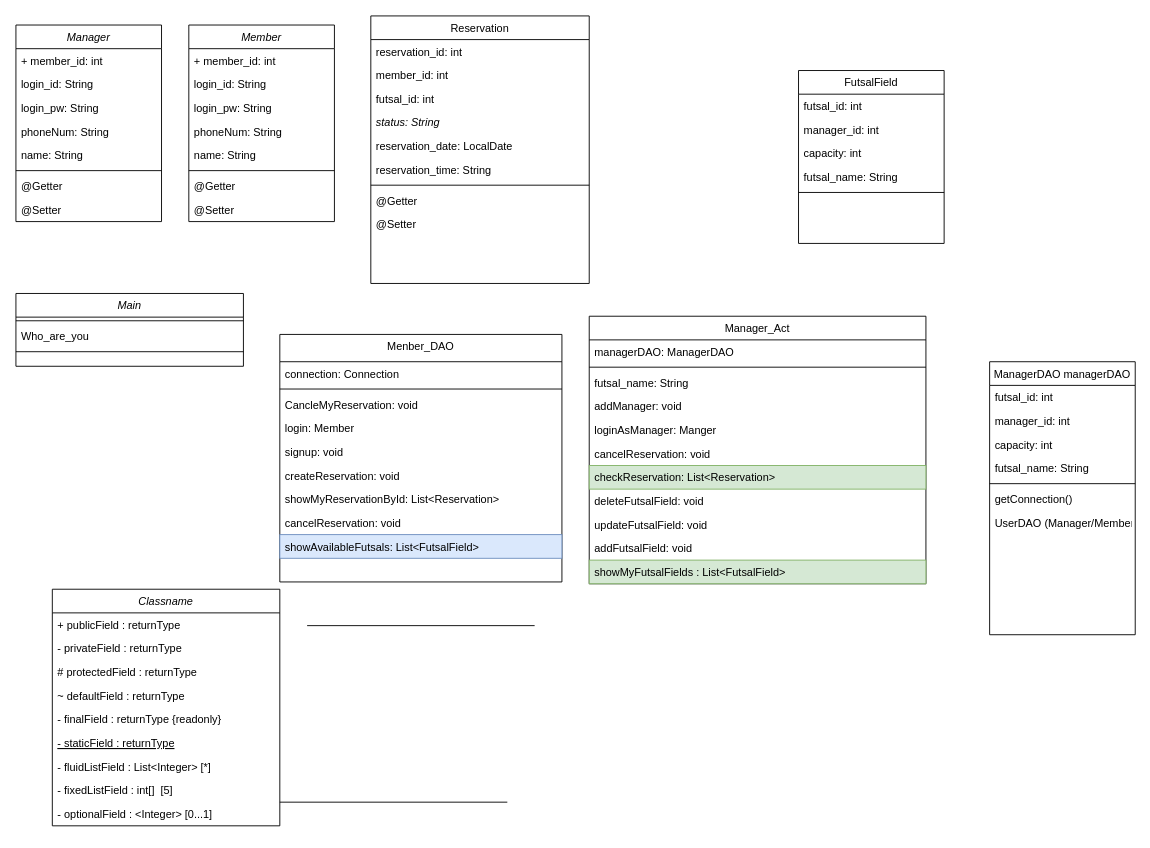
The draw.io diagram 풋살장 예약 시스템.drawio in mimimya/UMLs, before the edit. Source tidied: cells renumbered, new cells numbered last; positions are measured from the earlier drawing's top-left corner, leaving out a move shared by most shapes. Both pictures are drawn from the tidied source at 91%, with x=0, y=0 at pixel (15, 15).
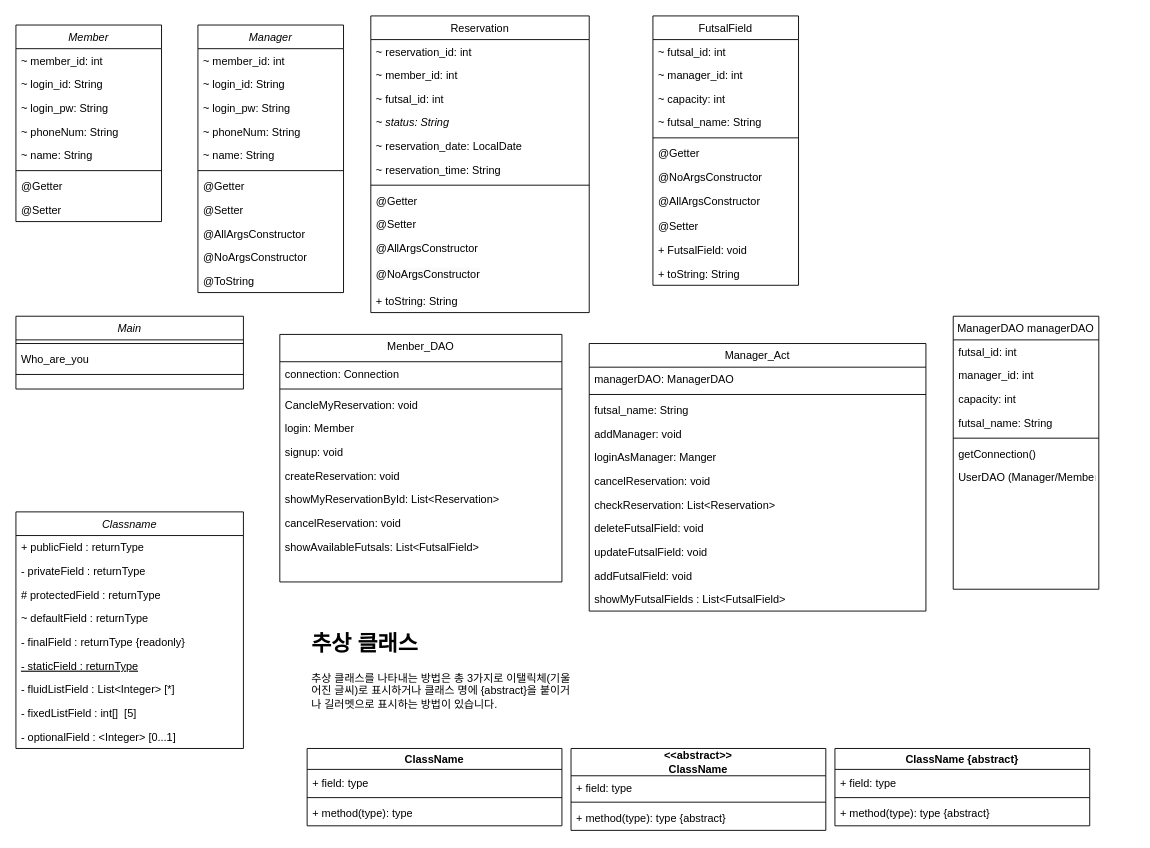
After the change.

Commit message:
풋살장 예약 시스템.drawio 업데이트

Unchanged cells that the change refers to:
```xml
<mxCell id="60" value="Menber_DAO" style="swimlane;fontStyle=0;align=center;verticalAlign=top;horizontal=1;startSize=30;rounded=0;shadow=0;strokeWidth=1;" parent="1" vertex="1">
  <mxGeometry x="290" y="350" width="310" height="272" as="geometry" />
</mxCell>
```

Change to the diagram source:
```diff
@@
     <mxCell id="2" value="Member" style="swimlane;fontStyle=2;align=center;verticalAlign=top;horizontal=1;startSize=26;rounded=0;shadow=0;strokeWidth=1;" parent="1" vertex="1">
-      <mxGeometry x="190" y="10" width="160" height="216" as="geometry" />
+      <mxGeometry y="10" width="160" height="216" as="geometry" />
     </mxCell>
-    <mxCell id="3" value="+ member_id: int" style="text;align=left;verticalAlign=top;spacingLeft=4;spacingRight=4;overflow=hidden;" parent="2" vertex="1">
+    <mxCell id="3" value="~ member_id: int" style="text;align=left;verticalAlign=top;spacingLeft=4;spacingRight=4;overflow=hidden;" parent="2" vertex="1">
       <mxGeometry y="26" width="160" height="26" as="geometry" />
     </mxCell>
-    <mxCell id="4" value="login_id: String" style="text;align=left;verticalAlign=top;spacingLeft=4;spacingRight=4;overflow=hidden;rounded=0;shadow=0;html=0;" parent="2" vertex="1">
+    <mxCell id="4" value="~ login_id: String" style="text;align=left;verticalAlign=top;spacingLeft=4;spacingRight=4;overflow=hidden;rounded=0;shadow=0;html=0;" parent="2" vertex="1">
       <mxGeometry y="52" width="160" height="26" as="geometry" />
     </mxCell>
-    <mxCell id="5" value="login_pw: String" style="text;align=left;verticalAlign=top;spacingLeft=4;spacingRight=4;overflow=hidden;rounded=0;shadow=0;html=0;" parent="2" vertex="1">
+    <mxCell id="5" value="~ login_pw: String" style="text;align=left;verticalAlign=top;spacingLeft=4;spacingRight=4;overflow=hidden;rounded=0;shadow=0;html=0;" parent="2" vertex="1">
       <mxGeometry y="78" width="160" height="26" as="geometry" />
     </mxCell>
-    <mxCell id="6" value="phoneNum: String" style="text;align=left;verticalAlign=top;spacingLeft=4;spacingRight=4;overflow=hidden;rounded=0;shadow=0;html=0;" parent="2" vertex="1">
+    <mxCell id="6" value="~ phoneNum: String" style="text;align=left;verticalAlign=top;spacingLeft=4;spacingRight=4;overflow=hidden;rounded=0;shadow=0;html=0;" parent="2" vertex="1">
       <mxGeometry y="104" width="160" height="26" as="geometry" />
     </mxCell>
-    <mxCell id="7" value="name: String" style="text;align=left;verticalAlign=top;spacingLeft=4;spacingRight=4;overflow=hidden;rounded=0;shadow=0;html=0;" parent="2" vertex="1">
+    <mxCell id="7" value="~ name: String" style="text;align=left;verticalAlign=top;spacingLeft=4;spacingRight=4;overflow=hidden;rounded=0;shadow=0;html=0;" parent="2" vertex="1">
       <mxGeometry y="130" width="160" height="26" as="geometry" />
     </mxCell>
@@
     <mxCell id="11" value="FutsalField" style="swimlane;fontStyle=0;align=center;verticalAlign=top;horizontal=1;startSize=26;rounded=0;shadow=0;strokeWidth=1;" parent="1" vertex="1">
-      <mxGeometry x="860" y="60" width="160" height="190" as="geometry" />
+      <mxGeometry x="700" width="160" height="296" as="geometry" />
     </mxCell>
-    <mxCell id="12" value="futsal_id: int" style="text;align=left;verticalAlign=top;spacingLeft=4;spacingRight=4;overflow=hidden;" parent="11" vertex="1">
+    <mxCell id="12" value="~ futsal_id: int" style="text;align=left;verticalAlign=top;spacingLeft=4;spacingRight=4;overflow=hidden;" parent="11" vertex="1">
       <mxGeometry y="26" width="160" height="26" as="geometry" />
     </mxCell>
-    <mxCell id="13" value="manager_id: int" style="text;align=left;verticalAlign=top;spacingLeft=4;spacingRight=4;overflow=hidden;" parent="11" vertex="1">
+    <mxCell id="13" value="~ manager_id: int" style="text;align=left;verticalAlign=top;spacingLeft=4;spacingRight=4;overflow=hidden;" parent="11" vertex="1">
       <mxGeometry y="52" width="160" height="26" as="geometry" />
     </mxCell>
-    <mxCell id="14" value="capacity: int" style="text;align=left;verticalAlign=top;spacingLeft=4;spacingRight=4;overflow=hidden;" parent="11" vertex="1">
+    <mxCell id="14" value="~ capacity: int" style="text;align=left;verticalAlign=top;spacingLeft=4;spacingRight=4;overflow=hidden;" parent="11" vertex="1">
       <mxGeometry y="78" width="160" height="26" as="geometry" />
     </mxCell>
-    <mxCell id="15" value="futsal_name: String" style="text;align=left;verticalAlign=top;spacingLeft=4;spacingRight=4;overflow=hidden;" parent="11" vertex="1">
+    <mxCell id="15" value="~ futsal_name: String" style="text;align=left;verticalAlign=top;spacingLeft=4;spacingRight=4;overflow=hidden;" parent="11" vertex="1">
       <mxGeometry y="104" width="160" height="26" as="geometry" />
     </mxCell>
@@
+    <mxCell id="82" value="@Getter" style="text;align=left;verticalAlign=top;spacingLeft=4;spacingRight=4;overflow=hidden;" parent="11" vertex="1">
+      <mxGeometry y="138" width="160" height="26" as="geometry" />
+    </mxCell>
+    <mxCell id="83" value="&lt;span style=&quot;color: rgb(0, 0, 0); font-family: Helvetica; font-size: 12px; font-style: normal; font-variant-ligatures: normal; font-variant-caps: normal; font-weight: 400; letter-spacing: normal; orphans: 2; text-align: left; text-indent: 0px; text-transform: none; widows: 2; word-spacing: 0px; -webkit-text-stroke-width: 0px; background-color: rgb(251, 251, 251); text-decoration-thickness: initial; text-decoration-style: initial; text-decoration-color: initial; float: none; display: inline !important;&quot;&gt;@NoArgsConstructor&lt;/span&gt;" style="text;whiteSpace=wrap;html=1;spacingLeft=4;spacingRight=4;" parent="11" vertex="1">
+      <mxGeometry y="164" width="160" height="26" as="geometry" />
+    </mxCell>
+    <mxCell id="84" value="@AllArgsConstructor" style="text;whiteSpace=wrap;spacingLeft=4;spacingRight=4;" parent="11" vertex="1">
+      <mxGeometry y="190" width="160" height="28" as="geometry" />
+    </mxCell>
+    <mxCell id="85" value="@Setter" style="text;align=left;verticalAlign=top;spacingLeft=4;spacingRight=4;overflow=hidden;" parent="11" vertex="1">
+      <mxGeometry y="218" width="160" height="26" as="geometry" />
+    </mxCell>
+    <mxCell id="86" value="+ FutsalField: void" style="text;align=left;verticalAlign=top;spacingLeft=4;spacingRight=4;overflow=hidden;" parent="11" vertex="1">
+      <mxGeometry y="244" width="160" height="26" as="geometry" />
+    </mxCell>
+    <mxCell id="87" value="+ toString: String" style="text;align=left;verticalAlign=top;spacingLeft=4;spacingRight=4;overflow=hidden;" parent="11" vertex="1">
+      <mxGeometry y="270" width="160" height="26" as="geometry" />
+    </mxCell>
     <mxCell id="17" value="Reservation" style="swimlane;fontStyle=0;align=center;verticalAlign=top;horizontal=1;startSize=26;rounded=0;shadow=0;strokeWidth=1;" parent="1" vertex="1">
-      <mxGeometry x="390" width="240" height="294" as="geometry" />
+      <mxGeometry x="390" width="240" height="326" as="geometry" />
     </mxCell>
-    <mxCell id="18" value="reservation_id: int" style="text;align=left;verticalAlign=top;spacingLeft=4;spacingRight=4;overflow=hidden;" parent="17" vertex="1">
+    <mxCell id="18" value="~ reservation_id: int" style="text;align=left;verticalAlign=top;spacingLeft=4;spacingRight=4;overflow=hidden;" parent="17" vertex="1">
       <mxGeometry y="26" width="240" height="26" as="geometry" />
     </mxCell>
-    <mxCell id="19" value="member_id: int" style="text;align=left;verticalAlign=top;spacingLeft=4;spacingRight=4;overflow=hidden;rounded=0;shadow=0;html=0;" parent="17" vertex="1">
+    <mxCell id="19" value="~ member_id: int" style="text;align=left;verticalAlign=top;spacingLeft=4;spacingRight=4;overflow=hidden;rounded=0;shadow=0;html=0;" parent="17" vertex="1">
       <mxGeometry y="52" width="240" height="26" as="geometry" />
     </mxCell>
-    <mxCell id="20" value="futsal_id: int" style="text;align=left;verticalAlign=top;spacingLeft=4;spacingRight=4;overflow=hidden;rounded=0;shadow=0;html=0;" parent="17" vertex="1">
+    <mxCell id="20" value="~ futsal_id: int" style="text;align=left;verticalAlign=top;spacingLeft=4;spacingRight=4;overflow=hidden;rounded=0;shadow=0;html=0;" parent="17" vertex="1">
       <mxGeometry y="78" width="240" height="26" as="geometry" />
     </mxCell>
-    <mxCell id="21" value="status: String " style="text;align=left;verticalAlign=top;spacingLeft=4;spacingRight=4;overflow=hidden;rounded=0;shadow=0;html=0;fontStyle=2;" parent="17" vertex="1">
+    <mxCell id="21" value="~ status: String " style="text;align=left;verticalAlign=top;spacingLeft=4;spacingRight=4;overflow=hidden;rounded=0;shadow=0;html=0;fontStyle=2;" parent="17" vertex="1">
       <mxGeometry y="104" width="240" height="26" as="geometry" />
     </mxCell>
-    <mxCell id="22" value="reservation_date: LocalDate" style="text;align=left;verticalAlign=top;spacingLeft=4;spacingRight=4;overflow=hidden;rounded=0;shadow=0;html=0;" parent="17" vertex="1">
+    <mxCell id="22" value="~ reservation_date: LocalDate" style="text;align=left;verticalAlign=top;spacingLeft=4;spacingRight=4;overflow=hidden;rounded=0;shadow=0;html=0;" parent="17" vertex="1">
       <mxGeometry y="130" width="240" height="26" as="geometry" />
     </mxCell>
-    <mxCell id="23" value="reservation_time: String" style="text;align=left;verticalAlign=top;spacingLeft=4;spacingRight=4;overflow=hidden;rounded=0;shadow=0;html=0;" parent="17" vertex="1">
+    <mxCell id="23" value="~ reservation_time: String" style="text;align=left;verticalAlign=top;spacingLeft=4;spacingRight=4;overflow=hidden;rounded=0;shadow=0;html=0;" parent="17" vertex="1">
       <mxGeometry y="156" width="240" height="26" as="geometry" />
     </mxCell>
@@
+    <mxCell id="88" value="@AllArgsConstructor" style="text;whiteSpace=wrap;spacingLeft=4;spacingRight=4;" parent="17" vertex="1">
+      <mxGeometry y="242" width="240" height="28" as="geometry" />
+    </mxCell>
+    <mxCell id="89" value="&lt;span style=&quot;color: rgb(0, 0, 0); font-family: Helvetica; font-size: 12px; font-style: normal; font-variant-ligatures: normal; font-variant-caps: normal; font-weight: 400; letter-spacing: normal; orphans: 2; text-align: left; text-indent: 0px; text-transform: none; widows: 2; word-spacing: 0px; -webkit-text-stroke-width: 0px; background-color: rgb(251, 251, 251); text-decoration-thickness: initial; text-decoration-style: initial; text-decoration-color: initial; float: none; display: inline !important;&quot;&gt;@NoArgsConstructor&lt;/span&gt;" style="text;whiteSpace=wrap;html=1;spacingLeft=4;spacingRight=4;" parent="17" vertex="1">
+      <mxGeometry y="270" width="240" height="30" as="geometry" />
+    </mxCell>
+    <mxCell id="90" value="+ toString: String" style="text;align=left;verticalAlign=top;spacingLeft=4;spacingRight=4;overflow=hidden;" parent="17" vertex="1">
+      <mxGeometry y="300" width="240" height="26" as="geometry" />
+    </mxCell>
     <mxCell id="27" value="Manager" style="swimlane;fontStyle=2;align=center;verticalAlign=top;horizontal=1;startSize=26;rounded=0;shadow=0;strokeWidth=1;" parent="1" vertex="1">
-      <mxGeometry y="10" width="160" height="216" as="geometry" />
+      <mxGeometry x="200" y="10" width="160" height="294" as="geometry" />
     </mxCell>
-    <mxCell id="28" value="+ member_id: int" style="text;align=left;verticalAlign=top;spacingLeft=4;spacingRight=4;overflow=hidden;" parent="27" vertex="1">
+    <mxCell id="28" value="~ member_id: int" style="text;align=left;verticalAlign=top;spacingLeft=4;spacingRight=4;overflow=hidden;" parent="27" vertex="1">
       <mxGeometry y="26" width="160" height="26" as="geometry" />
     </mxCell>
-    <mxCell id="29" value="login_id: String" style="text;align=left;verticalAlign=top;spacingLeft=4;spacingRight=4;overflow=hidden;rounded=0;shadow=0;html=0;" parent="27" vertex="1">
+    <mxCell id="29" value="~ login_id: String" style="text;align=left;verticalAlign=top;spacingLeft=4;spacingRight=4;overflow=hidden;rounded=0;shadow=0;html=0;" parent="27" vertex="1">
       <mxGeometry y="52" width="160" height="26" as="geometry" />
     </mxCell>
-    <mxCell id="30" value="login_pw: String" style="text;align=left;verticalAlign=top;spacingLeft=4;spacingRight=4;overflow=hidden;rounded=0;shadow=0;html=0;" parent="27" vertex="1">
+    <mxCell id="30" value="~ login_pw: String" style="text;align=left;verticalAlign=top;spacingLeft=4;spacingRight=4;overflow=hidden;rounded=0;shadow=0;html=0;" parent="27" vertex="1">
       <mxGeometry y="78" width="160" height="26" as="geometry" />
     </mxCell>
-    <mxCell id="31" value="phoneNum: String" style="text;align=left;verticalAlign=top;spacingLeft=4;spacingRight=4;overflow=hidden;rounded=0;shadow=0;html=0;" parent="27" vertex="1">
+    <mxCell id="31" value="~ phoneNum: String" style="text;align=left;verticalAlign=top;spacingLeft=4;spacingRight=4;overflow=hidden;rounded=0;shadow=0;html=0;" parent="27" vertex="1">
       <mxGeometry y="104" width="160" height="26" as="geometry" />
     </mxCell>
-    <mxCell id="32" value="name: String" style="text;align=left;verticalAlign=top;spacingLeft=4;spacingRight=4;overflow=hidden;rounded=0;shadow=0;html=0;" parent="27" vertex="1">
+    <mxCell id="32" value="~ name: String" style="text;align=left;verticalAlign=top;spacingLeft=4;spacingRight=4;overflow=hidden;rounded=0;shadow=0;html=0;" parent="27" vertex="1">
       <mxGeometry y="130" width="160" height="26" as="geometry" />
     </mxCell>
@@
+    <mxCell id="91" value="@AllArgsConstructor" style="text;align=left;verticalAlign=top;spacingLeft=4;spacingRight=4;overflow=hidden;" parent="27" vertex="1">
+      <mxGeometry y="216" width="160" height="26" as="geometry" />
+    </mxCell>
+    <mxCell id="92" value="@NoArgsConstructor" style="text;align=left;verticalAlign=top;spacingLeft=4;spacingRight=4;overflow=hidden;" parent="27" vertex="1">
+      <mxGeometry y="242" width="160" height="26" as="geometry" />
+    </mxCell>
+    <mxCell id="93" value="@ToString" style="text;align=left;verticalAlign=top;spacingLeft=4;spacingRight=4;overflow=hidden;" parent="27" vertex="1">
+      <mxGeometry y="268" width="160" height="26" as="geometry" />
+    </mxCell>
     <mxCell id="36" value="Main" style="swimlane;fontStyle=2;align=center;verticalAlign=top;horizontal=1;startSize=26;rounded=0;shadow=0;strokeWidth=1;" parent="1" vertex="1">
-      <mxGeometry y="305" width="250" height="80" as="geometry" />
+      <mxGeometry y="330" width="250" height="80" as="geometry" />
     </mxCell>
@@
     <mxCell id="40" value="ManagerDAO managerDAO" style="swimlane;fontStyle=0;align=center;verticalAlign=top;horizontal=1;startSize=26;rounded=0;shadow=0;strokeWidth=1;" parent="1" vertex="1">
-      <mxGeometry x="1070" y="380" width="160" height="300" as="geometry" />
+      <mxGeometry x="1030" y="330" width="160" height="300" as="geometry" />
     </mxCell>
@@
     <mxCell id="48" value="Manager_Act" style="swimlane;fontStyle=0;align=center;verticalAlign=top;horizontal=1;startSize=26;rounded=0;shadow=0;strokeWidth=1;" parent="1" vertex="1">
-      <mxGeometry x="630" y="330" width="370" height="294" as="geometry" />
+      <mxGeometry x="630" y="360" width="370" height="294" as="geometry" />
     </mxCell>
@@
-    <mxCell id="55" value="checkReservation: List&lt;Reservation&gt;" style="text;align=left;verticalAlign=top;spacingLeft=4;spacingRight=4;overflow=hidden;fillColor=#d5e8d4;strokeColor=#82b366;" parent="48" vertex="1">
+    <mxCell id="55" value="checkReservation: List&lt;Reservation&gt;" style="text;align=left;verticalAlign=top;spacingLeft=4;spacingRight=4;overflow=hidden;" parent="48" vertex="1">
       <mxGeometry y="164" width="370" height="26" as="geometry" />
     </mxCell>
@@
-    <mxCell id="59" value="showMyFutsalFields : List&lt;FutsalField&gt;" style="text;align=left;verticalAlign=top;spacingLeft=4;spacingRight=4;overflow=hidden;fillColor=#d5e8d4;strokeColor=#82b366;" parent="48" vertex="1">
+    <mxCell id="59" value="showMyFutsalFields : List&lt;FutsalField&gt;" style="text;align=left;verticalAlign=top;spacingLeft=4;spacingRight=4;overflow=hidden;" parent="48" vertex="1">
       <mxGeometry y="268" width="370" height="26" as="geometry" />
     </mxCell>
@@
-    <mxCell id="69" value="showAvailableFutsals: List&lt;FutsalField&gt;" style="text;align=left;verticalAlign=top;spacingLeft=4;spacingRight=4;overflow=hidden;fillColor=#dae8fc;strokeColor=#6c8ebf;" parent="60" vertex="1">
+    <mxCell id="69" value="showAvailableFutsals: List&lt;FutsalField&gt;" style="text;align=left;verticalAlign=top;spacingLeft=4;spacingRight=4;overflow=hidden;" parent="60" vertex="1">
       <mxGeometry y="220" width="310" height="26" as="geometry" />
     </mxCell>
     <mxCell id="70" value="Classname" style="swimlane;fontStyle=2;align=center;verticalAlign=top;horizontal=1;startSize=26;rounded=0;shadow=0;strokeWidth=1;" parent="1" vertex="1">
-      <mxGeometry x="40" y="630" width="250" height="260" as="geometry" />
+      <mxGeometry y="545" width="250" height="260" as="geometry" />
     </mxCell>
@@
-    <mxCell id="80" style="line;html=1;strokeWidth=1;align=left;verticalAlign=middle;spacingTop=-1;spacingLeft=3;spacingRight=3;labelPosition=right;" parent="1" vertex="1">
-      <mxGeometry x="290" y="860" width="250" height="8" as="geometry" />
-    </mxCell>
-    <mxCell id="81" style="line;html=1;strokeWidth=1;align=left;verticalAlign=middle;spacingTop=-1;spacingLeft=3;spacingRight=3;labelPosition=right;" parent="1" vertex="1">
-      <mxGeometry x="320" y="666" width="250" height="8" as="geometry" />
-    </mxCell>
+    <mxCell id="94" value="ClassName" style="swimlane;whiteSpace=wrap;html=1;" parent="1" vertex="1">
+      <mxGeometry x="320" y="805" width="280" height="85" as="geometry" />
+    </mxCell>
+    <mxCell id="95" value="+ field: type" style="text;align=left;verticalAlign=top;spacingLeft=4;spacingRight=4;overflow=hidden;" parent="94" vertex="1">
+      <mxGeometry y="25" width="270" height="26" as="geometry" />
+    </mxCell>
+    <mxCell id="96" style="line;html=1;strokeWidth=1;align=left;verticalAlign=middle;spacingTop=-1;spacingLeft=3;spacingRight=3;labelPosition=right;" parent="94" vertex="1">
+      <mxGeometry y="50" width="280" height="8" as="geometry" />
+    </mxCell>
+    <mxCell id="97" value="+ method(type): type" style="text;align=left;verticalAlign=top;spacingLeft=4;spacingRight=4;overflow=hidden;" parent="94" vertex="1">
+      <mxGeometry y="58" width="280" height="26" as="geometry" />
+    </mxCell>
+    <mxCell id="98" value="&lt;h1&gt;추상 클래스&lt;/h1&gt;&lt;p&gt;추상 클래스를 나타내는 방법은 총 3가지로 이탤릭체(기울어진 글씨)로 표시하거나 클래스 명에 {abstract}을 붙이거나 길러멧으로 표시하는 방법이 있습니다.&lt;br&gt;&lt;/p&gt;" style="text;html=1;strokeColor=none;fillColor=none;spacing=5;spacingTop=-20;whiteSpace=wrap;overflow=hidden;rounded=0;" parent="1" vertex="1">
+      <mxGeometry x="320" y="670" width="300" height="120" as="geometry" />
+    </mxCell>
+    <mxCell id="99" value="ClassName {abstract}" style="swimlane;whiteSpace=wrap;html=1;" parent="1" vertex="1">
+      <mxGeometry x="900" y="805" width="280" height="85" as="geometry" />
+    </mxCell>
+    <mxCell id="100" value="+ field: type" style="text;align=left;verticalAlign=top;spacingLeft=4;spacingRight=4;overflow=hidden;" parent="99" vertex="1">
+      <mxGeometry y="25" width="270" height="26" as="geometry" />
+    </mxCell>
+    <mxCell id="101" style="line;html=1;strokeWidth=1;align=left;verticalAlign=middle;spacingTop=-1;spacingLeft=3;spacingRight=3;labelPosition=right;" parent="99" vertex="1">
+      <mxGeometry y="50" width="280" height="8" as="geometry" />
+    </mxCell>
+    <mxCell id="102" value="+ method(type): type {abstract}" style="text;align=left;verticalAlign=top;spacingLeft=4;spacingRight=4;overflow=hidden;" parent="99" vertex="1">
+      <mxGeometry y="58" width="280" height="26" as="geometry" />
+    </mxCell>
+    <mxCell id="103" value="&amp;lt;&amp;lt;abstract&amp;gt;&amp;gt;&lt;br&gt;ClassName" style="swimlane;whiteSpace=wrap;html=1;startSize=30;" parent="1" vertex="1">
+      <mxGeometry x="610" y="805" width="280" height="90" as="geometry" />
+    </mxCell>
+    <mxCell id="104" value="+ field: type" style="text;align=left;verticalAlign=top;spacingLeft=4;spacingRight=4;overflow=hidden;" parent="103" vertex="1">
+      <mxGeometry y="30" width="270" height="26" as="geometry" />
+    </mxCell>
+    <mxCell id="105" style="line;html=1;strokeWidth=1;align=left;verticalAlign=middle;spacingTop=-1;spacingLeft=3;spacingRight=3;labelPosition=right;" parent="103" vertex="1">
+      <mxGeometry y="55" width="280" height="8" as="geometry" />
+    </mxCell>
+    <mxCell id="106" value="+ method(type): type {abstract}" style="text;align=left;verticalAlign=top;spacingLeft=4;spacingRight=4;overflow=hidden;" parent="103" vertex="1">
+      <mxGeometry y="63" width="280" height="26" as="geometry" />
+    </mxCell>
```
